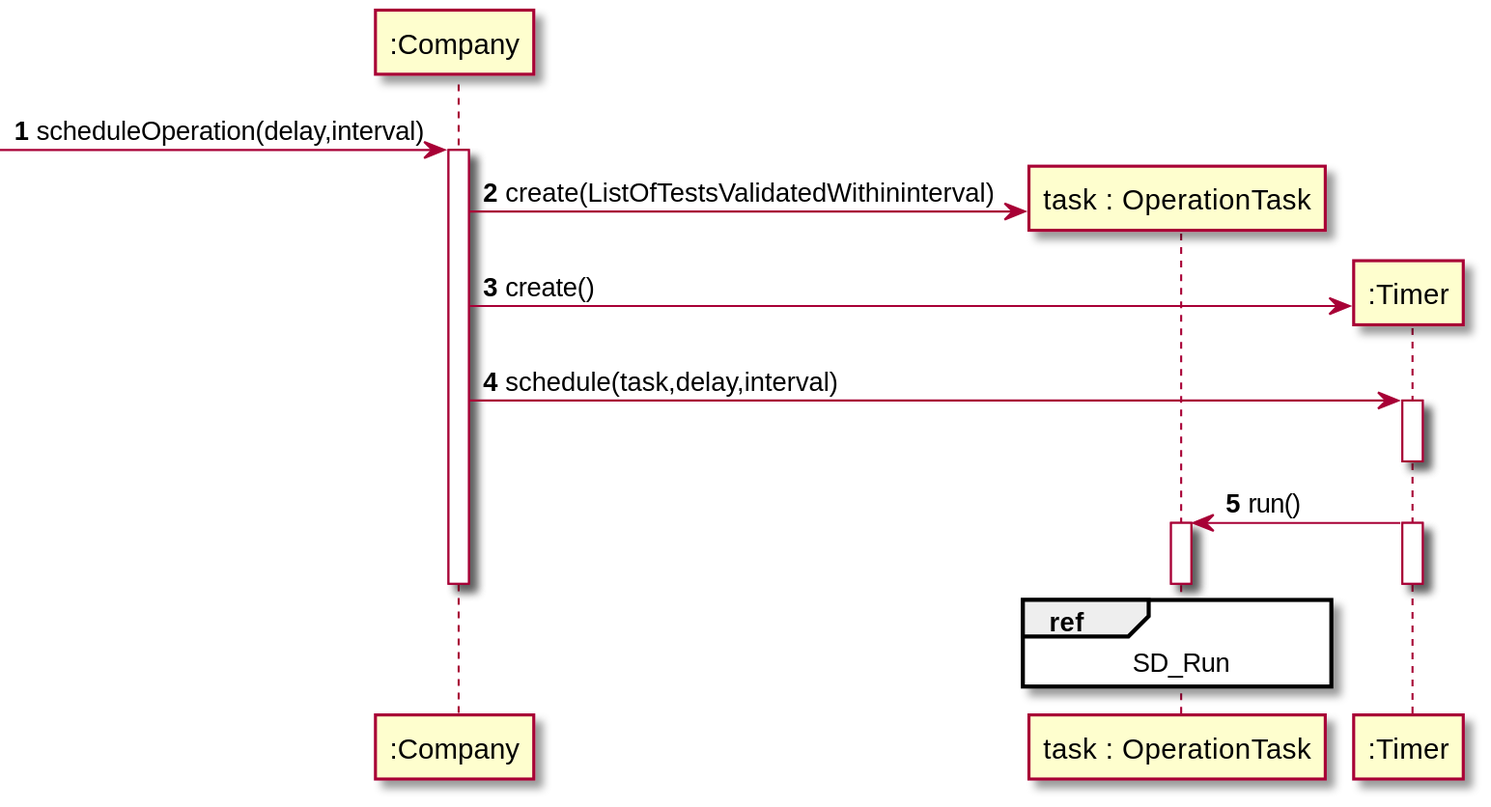
Before: docs/SprintD/US19/US19_SD.svg, a diagram exported from PlantUML (manu-07-ela/LAPR2_ISEP). Source of this version:
```plantuml
@startuml
autonumber


participant ":Company" as Comp
participant "task : OperationTask" as Task
participant ":Timer" as Timer


-> Comp : scheduleOperation(delay,interval)
activate Comp

Comp -> Task** : create(ListOfTestsValidatedWithininterval)
Comp -> Timer** : create()
Comp -> Timer : schedule(task,delay,interval)
activate Timer
deactivate Timer
Timer -> Task : run()
ref over Task
SD_Run
end ref
activate Timer
activate Task
deactivate Task
deactivate Timer
deactivate Comp





@enduml
```
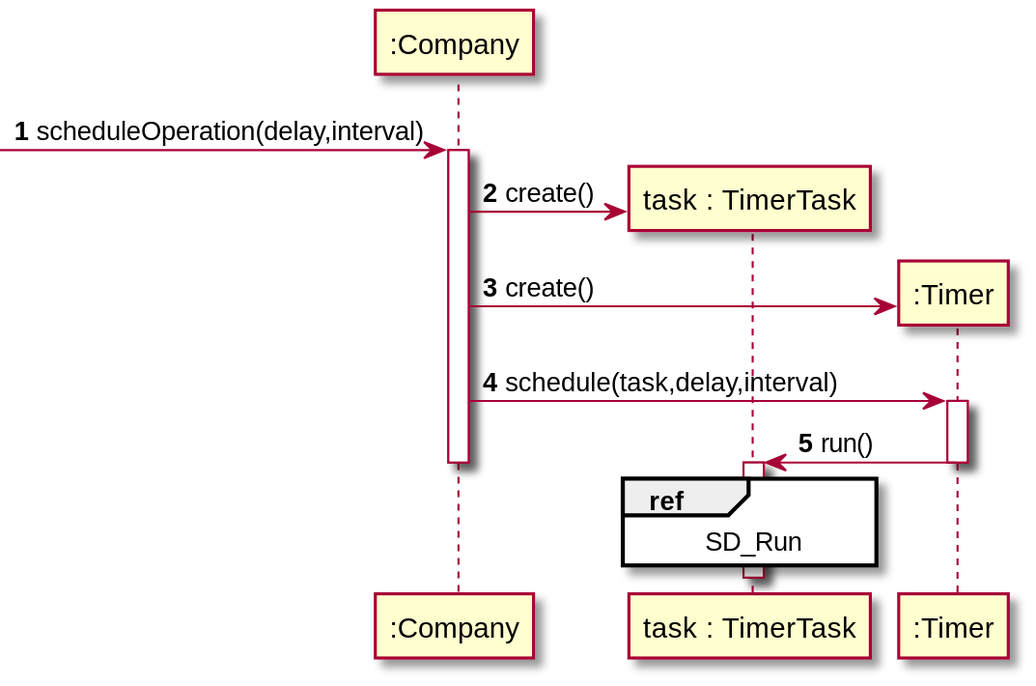
After the change.

What changed in the source:
```diff
@@ -3,26 +3,25 @@
 
 
 participant ":Company" as Comp
-participant "task : OperationTask" as Task
+participant "task : TimerTask" as Task
 participant ":Timer" as Timer
 
 
 -> Comp : scheduleOperation(delay,interval)
 activate Comp
 
-Comp -> Task** : create(ListOfTestsValidatedWithininterval)
+Comp -> Task** : create()
 Comp -> Timer** : create()
 Comp -> Timer : schedule(task,delay,interval)
 activate Timer
+Timer -> Task : run()
 deactivate Timer
-Timer -> Task : run()
 ref over Task
 SD_Run
 end ref
-activate Timer
 activate Task
 deactivate Task
-deactivate Timer
+
 deactivate Comp
 
 
```
